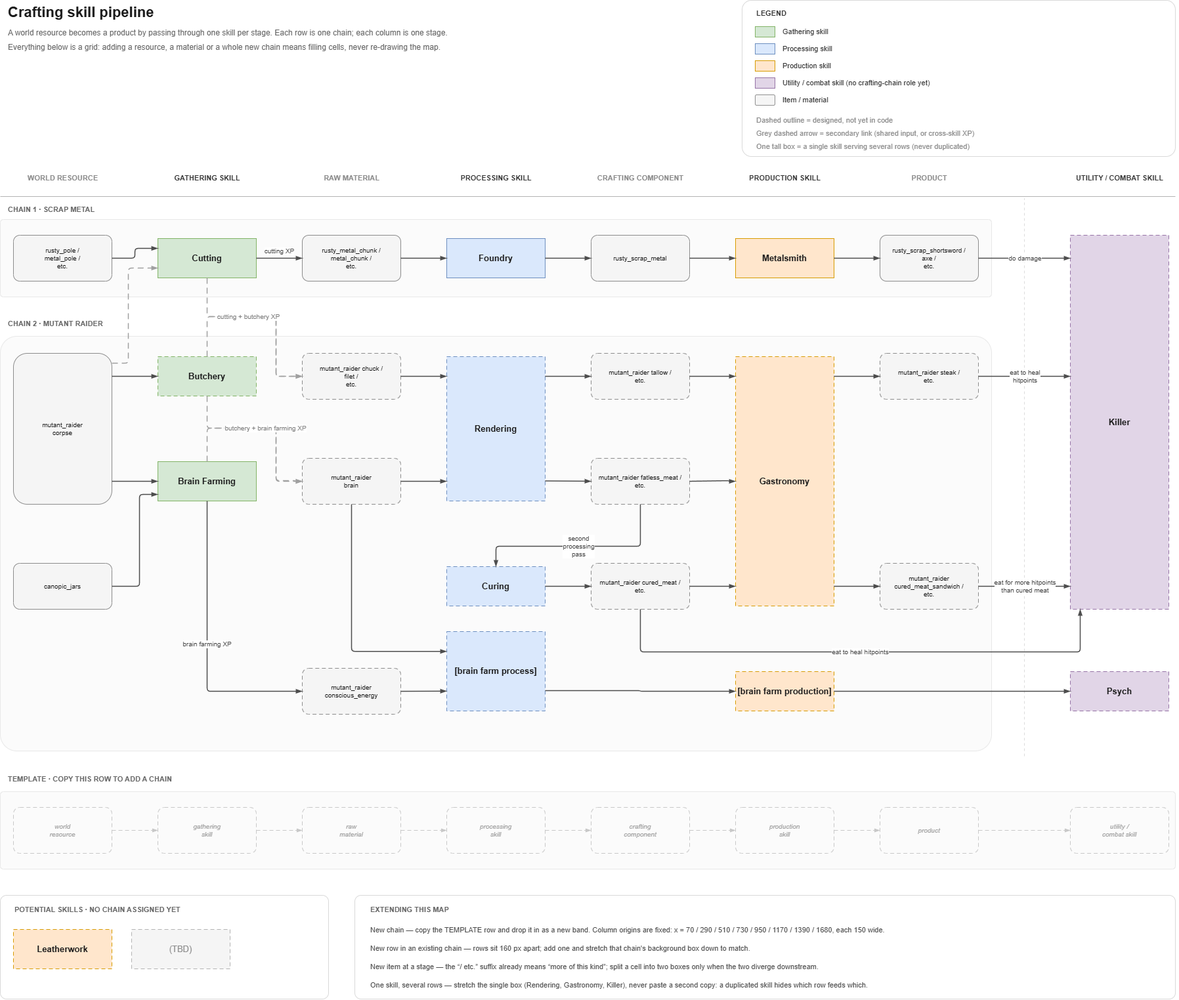
The draw.io diagram TBD_skill_tree_map_cleaned.png in DoctorDystopia/muddev, before a commit. Source tidied: cells renumbered, new cells last; positions are measured from the earlier drawing's top-left corner, leaving out a move shared by most shapes.
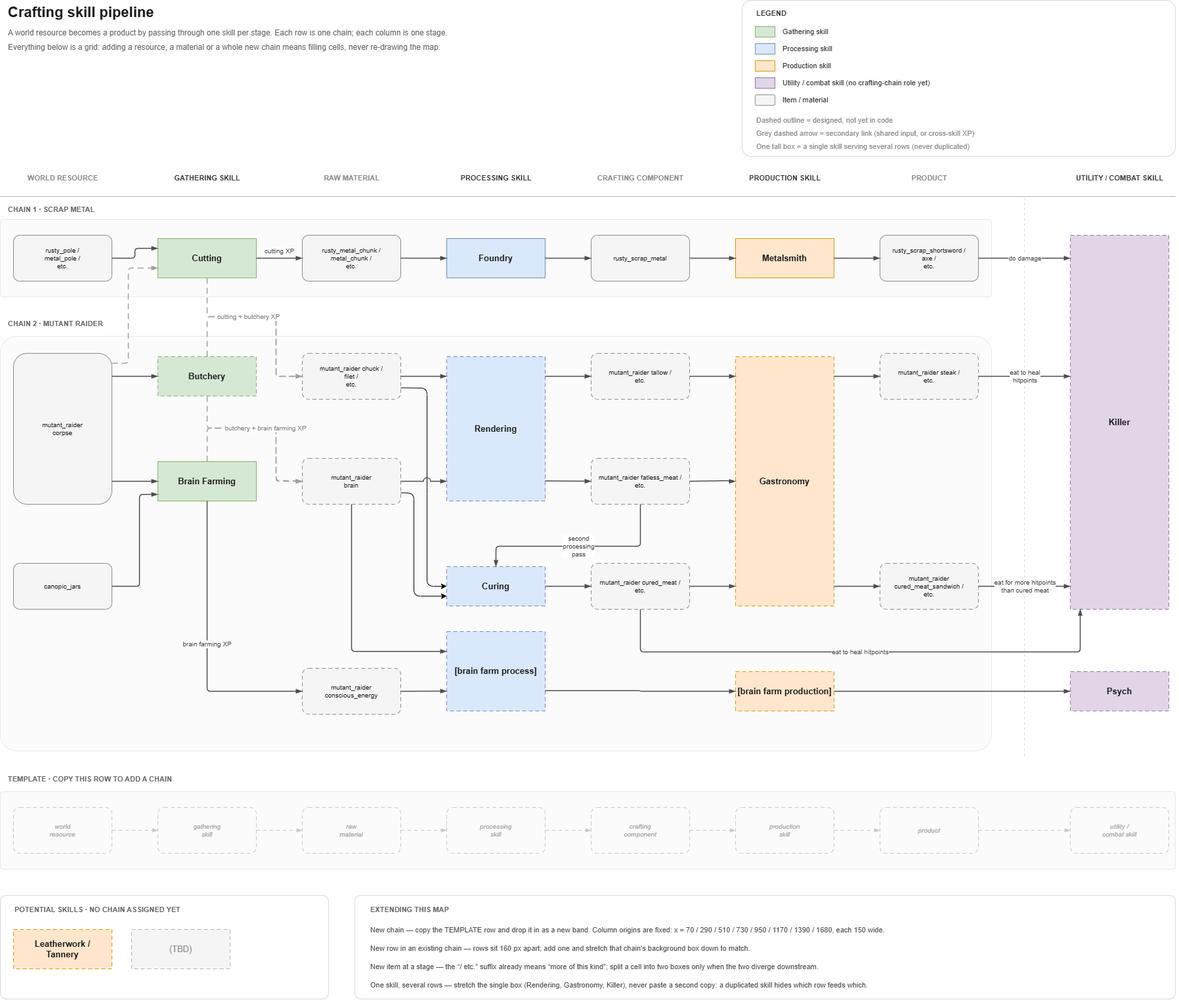
The same file after the commit.

Diff of the diagram source:
```diff
@@ -158,6 +158,15 @@
     <mxCell id="53" value="Butchery" style="rounded=0;whiteSpace=wrap;html=1;fontSize=13;fontStyle=1;fontColor=#1A1A1A;spacing=3;fillColor=#D5E8D4;strokeColor=#82B366;dashed=1;dashPattern=6 4;" parent="1" vertex="1">
       <mxGeometry x="240" y="543" width="150" height="60" as="geometry" />
     </mxCell>
+    <mxCell id="121" style="edgeStyle=none;html=1;entryX=0;entryY=0.5;entryDx=0;entryDy=0;exitX=1;exitY=0.75;exitDx=0;exitDy=0;" parent="1" edge="1" source="54" target="62">
+      <mxGeometry relative="1" as="geometry">
+        <Array as="points">
+          <mxPoint x="650" y="591" />
+          <mxPoint x="650" y="742" />
+          <mxPoint x="650" y="893" />
+        </Array>
+      </mxGeometry>
+    </mxCell>
     <mxCell id="54" value="mutant_raider chuck /&lt;br&gt;filet /&lt;br&gt;etc." style="rounded=1;arcSize=14;whiteSpace=wrap;html=1;fillColor=#F5F5F5;strokeColor=#8C8C8C;fontSize=10;fontColor=#1A1A1A;spacing=3;dashed=1;dashPattern=6 4;" parent="1" vertex="1">
       <mxGeometry x="460" y="538" width="150" height="70" as="geometry" />
     </mxCell>
@@ -176,6 +185,14 @@
     <mxCell id="59" value="Brain Farming" style="rounded=0;whiteSpace=wrap;html=1;fontSize=13;fontStyle=1;fontColor=#1A1A1A;spacing=3;fillColor=#D5E8D4;strokeColor=#82B366;" parent="1" vertex="1">
       <mxGeometry x="240" y="703" width="150" height="60" as="geometry" />
     </mxCell>
+    <mxCell id="122" style="edgeStyle=none;html=1;exitX=1;exitY=0.75;exitDx=0;exitDy=0;entryX=0;entryY=0.75;entryDx=0;entryDy=0;" parent="1" edge="1" source="60" target="62">
+      <mxGeometry relative="1" as="geometry">
+        <Array as="points">
+          <mxPoint x="630" y="751" />
+          <mxPoint x="630" y="908" />
+        </Array>
+      </mxGeometry>
+    </mxCell>
     <mxCell id="60" value="mutant_raider&lt;br&gt;brain" style="rounded=1;arcSize=14;whiteSpace=wrap;html=1;fillColor=#F5F5F5;strokeColor=#8C8C8C;fontSize=10;fontColor=#1A1A1A;spacing=3;dashed=1;dashPattern=6 4;" parent="1" vertex="1">
       <mxGeometry x="460" y="698" width="150" height="70" as="geometry" />
     </mxCell>
@@ -230,7 +247,7 @@
     <mxCell id="77" value="utility /&lt;br&gt;combat skill" style="rounded=1;arcSize=14;whiteSpace=wrap;html=1;fillColor=none;strokeColor=#C8C8C8;dashed=1;dashPattern=6 4;fontSize=10;fontColor=#A6A6A6;fontStyle=2;" parent="1" vertex="1">
       <mxGeometry x="1630" y="1230" width="150" height="70" as="geometry" />
     </mxCell>
-    <mxCell id="78" value="Leatherwork" style="rounded=0;whiteSpace=wrap;html=1;fontSize=13;fontStyle=1;fontColor=#1A1A1A;spacing=3;fillColor=#FFE6CC;strokeColor=#D79B00;dashed=1;dashPattern=6 4;" parent="1" vertex="1">
+    <mxCell id="78" value="Leatherwork /&lt;div&gt;Tannery&lt;/div&gt;" style="rounded=0;whiteSpace=wrap;html=1;fontSize=13;fontStyle=1;fontColor=#1A1A1A;spacing=3;fillColor=#FFE6CC;strokeColor=#D79B00;dashed=1;dashPattern=6 4;" parent="1" vertex="1">
       <mxGeometry x="20" y="1416" width="150" height="60" as="geometry" />
     </mxCell>
     <mxCell id="79" value="(TBD)" style="rounded=0;whiteSpace=wrap;html=1;fillColor=#F5F5F5;strokeColor=#B3B3B3;fontSize=13;fontColor=#8C8C8C;dashed=1;dashPattern=6 4;" parent="1" vertex="1">
```
